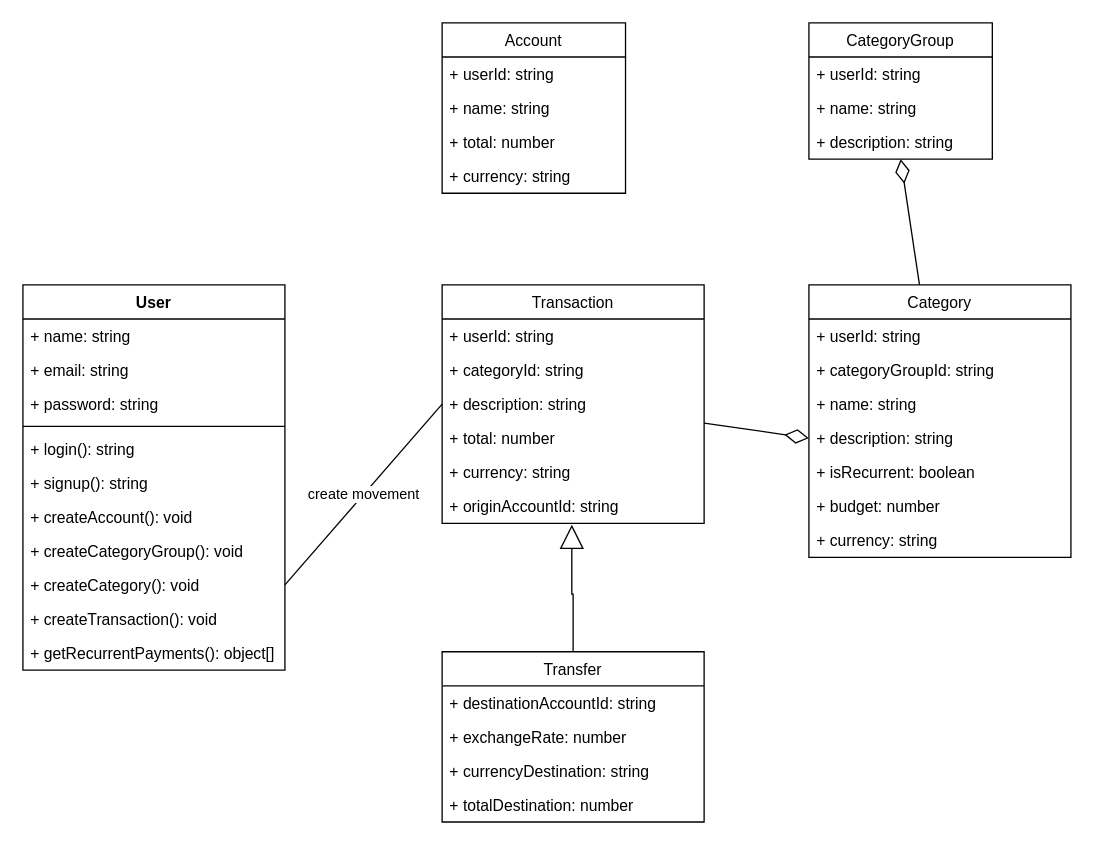
Above: page "System design" (1 of 2) of docs/diagrams.drawio in brucegroverlee/wallet_backend (draw.io), before the change. Source tidied: cells renumbered, new cells numbered last; positions are measured from the earlier drawing's top-left corner, leaving out a move shared by most shapes. Both pictures are drawn from the tidied source at 131%, with x=0, y=0 at pixel (22, 22).
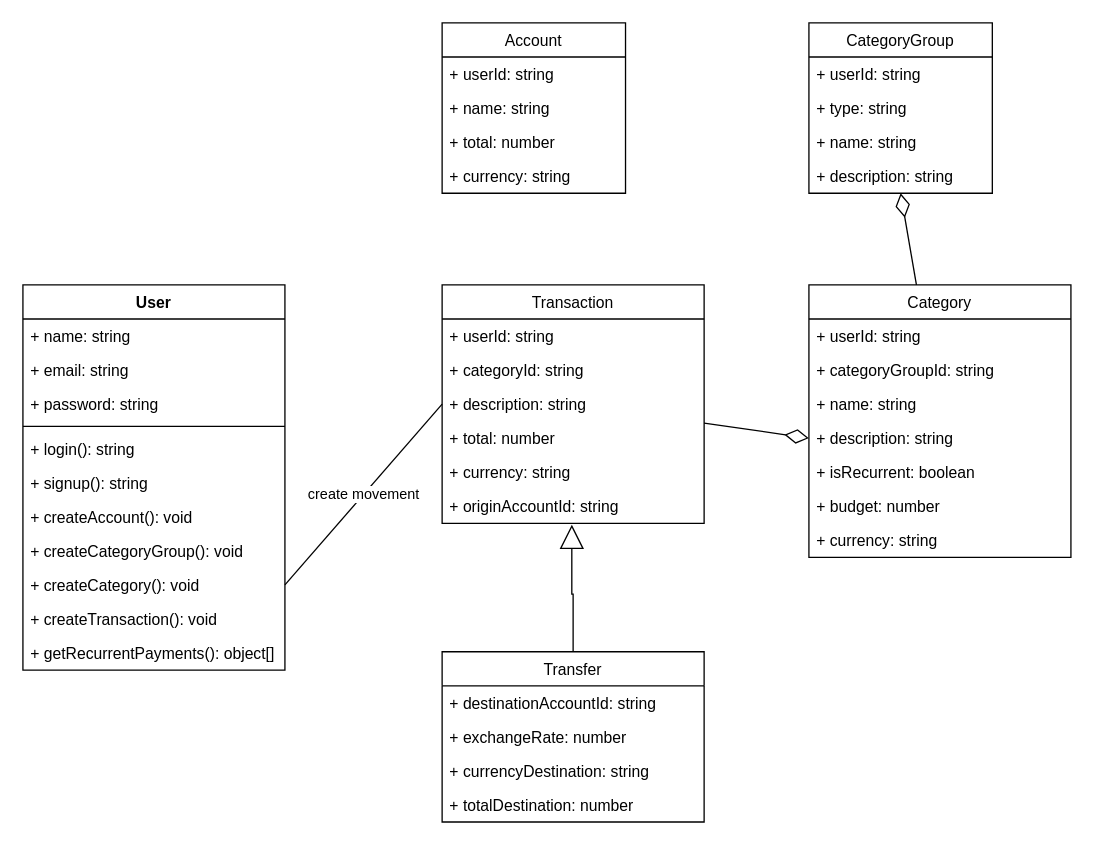
After the change.

The edit, as a diff of the source:
```diff
@@
     <mxCell id="19" value="CategoryGroup" style="swimlane;fontStyle=0;horizontal=1;startSize=26;fillColor=none;" parent="1" vertex="1">
-      <mxGeometry x="600" width="140" height="104" as="geometry" />
+      <mxGeometry x="600" width="140" height="130" as="geometry" />
     </mxCell>
@@
-    <mxCell id="21" value="+ name: string" style="text;strokeColor=none;fillColor=none;align=left;verticalAlign=top;spacingLeft=4;spacingRight=4;overflow=hidden;" parent="19" vertex="1">
+    <mxCell id="21" value="+ type: string" style="text;strokeColor=none;fillColor=none;align=left;verticalAlign=top;spacingLeft=4;spacingRight=4;overflow=hidden;" parent="19" vertex="1">
       <mxGeometry y="52" width="140" height="26" as="geometry" />
     </mxCell>
+    <mxCell id="47" value="+ name: string" style="text;strokeColor=none;fillColor=none;align=left;verticalAlign=top;spacingLeft=4;spacingRight=4;overflow=hidden;" parent="19" vertex="1">
+      <mxGeometry y="78" width="140" height="26" as="geometry" />
+    </mxCell>
     <mxCell id="22" value="+ description: string" style="text;strokeColor=none;fillColor=none;align=left;verticalAlign=top;spacingLeft=4;spacingRight=4;overflow=hidden;" parent="19" vertex="1">
-      <mxGeometry y="78" width="140" height="26" as="geometry" />
+      <mxGeometry y="104" width="140" height="26" as="geometry" />
     </mxCell>
```
